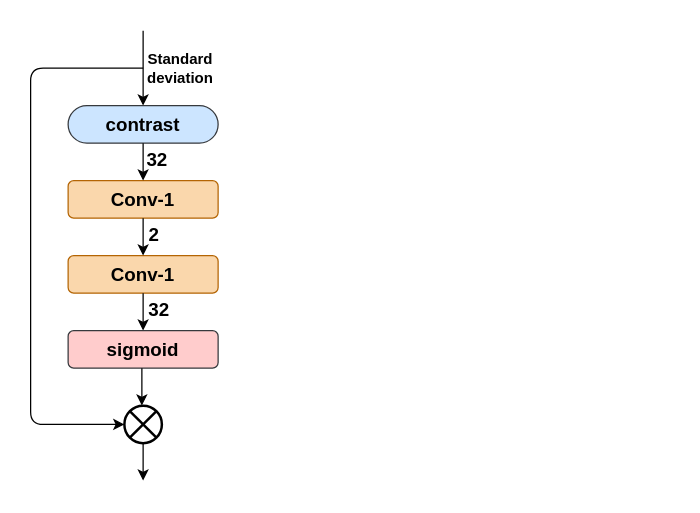
Before: contrast.drawio in JiaqianLi/TEST, a draw.io diagram. Source tidied: cells renumbered, new cells numbered last; positions are measured from the earlier drawing's top-left corner, leaving out a move shared by most shapes. Both pictures are drawn from the tidied source at 125%, with x=0, y=0 at pixel (30, 30).
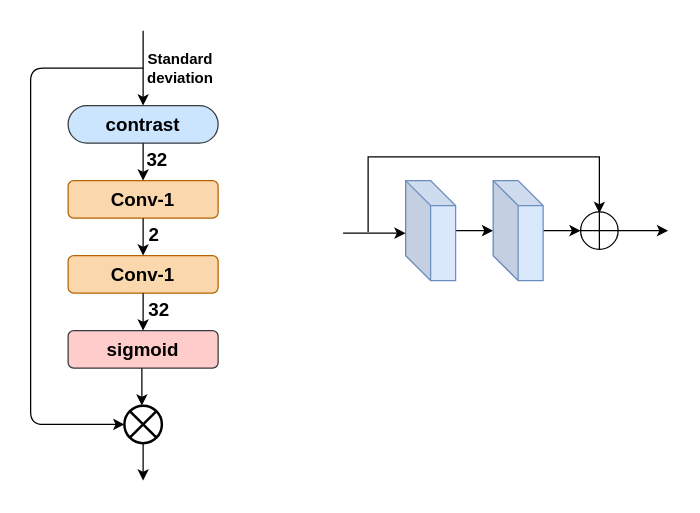
After the change.

What changed in the source:
```diff
@@
+    <mxCell id="18" style="edgeStyle=orthogonalEdgeStyle;rounded=0;jettySize=auto;html=1;" parent="1" edge="1" source="19" target="21">
+      <mxGeometry relative="1" as="geometry" />
+    </mxCell>
+    <mxCell id="19" style="shape=cube;whiteSpace=wrap;html=1;boundedLbl=1;backgroundOutline=1;darkOpacity=0.05;darkOpacity2=0.1;fillColor=#dae8fc;strokeColor=#6c8ebf;" parent="1" vertex="1">
+      <mxGeometry x="300" y="120" width="40" height="80" as="geometry" />
+    </mxCell>
+    <mxCell id="20" style="edgeStyle=orthogonalEdgeStyle;rounded=0;jettySize=auto;html=1;" parent="1" edge="1" source="21" target="24">
+      <mxGeometry relative="1" as="geometry" />
+    </mxCell>
+    <mxCell id="21" style="shape=cube;whiteSpace=wrap;html=1;boundedLbl=1;backgroundOutline=1;darkOpacity=0.05;darkOpacity2=0.1;fillColor=#dae8fc;strokeColor=#6c8ebf;" parent="1" vertex="1">
+      <mxGeometry x="370" y="120" width="40" height="80" as="geometry" />
+    </mxCell>
+    <mxCell id="22" style="edgeStyle=orthogonalEdgeStyle;rounded=0;orthogonalLoop=1;jettySize=auto;html=1;" parent="1" edge="1">
+      <mxGeometry relative="1" as="geometry">
+        <mxPoint x="250" y="162" as="sourcePoint" />
+        <mxPoint x="300" y="162" as="targetPoint" />
+      </mxGeometry>
+    </mxCell>
+    <mxCell id="23" style="edgeStyle=orthogonalEdgeStyle;rounded=0;orthogonalLoop=1;jettySize=auto;html=1;entryX=0.5;entryY=0;entryDx=0;entryDy=0;" parent="1" edge="1">
+      <mxGeometry relative="1" as="geometry">
+        <mxPoint x="270" y="161" as="sourcePoint" />
+        <mxPoint x="455" y="146" as="targetPoint" />
+        <Array as="points">
+          <mxPoint x="270" y="101" />
+          <mxPoint x="455" y="101" />
+        </Array>
+      </mxGeometry>
+    </mxCell>
+    <mxCell id="24" style="shape=orEllipse;perimeter=ellipsePerimeter;whiteSpace=wrap;html=1;backgroundOutline=1;" parent="1" vertex="1">
+      <mxGeometry x="440" y="145" width="30" height="30" as="geometry" />
+    </mxCell>
+    <mxCell id="25" style="edgeStyle=orthogonalEdgeStyle;rounded=0;jettySize=auto;html=1;exitX=1;exitY=0.5;exitDx=0;exitDy=0;" parent="1" edge="1" source="24">
+      <mxGeometry relative="1" as="geometry">
+        <mxPoint x="510" y="160" as="targetPoint" />
+      </mxGeometry>
+    </mxCell>
```
